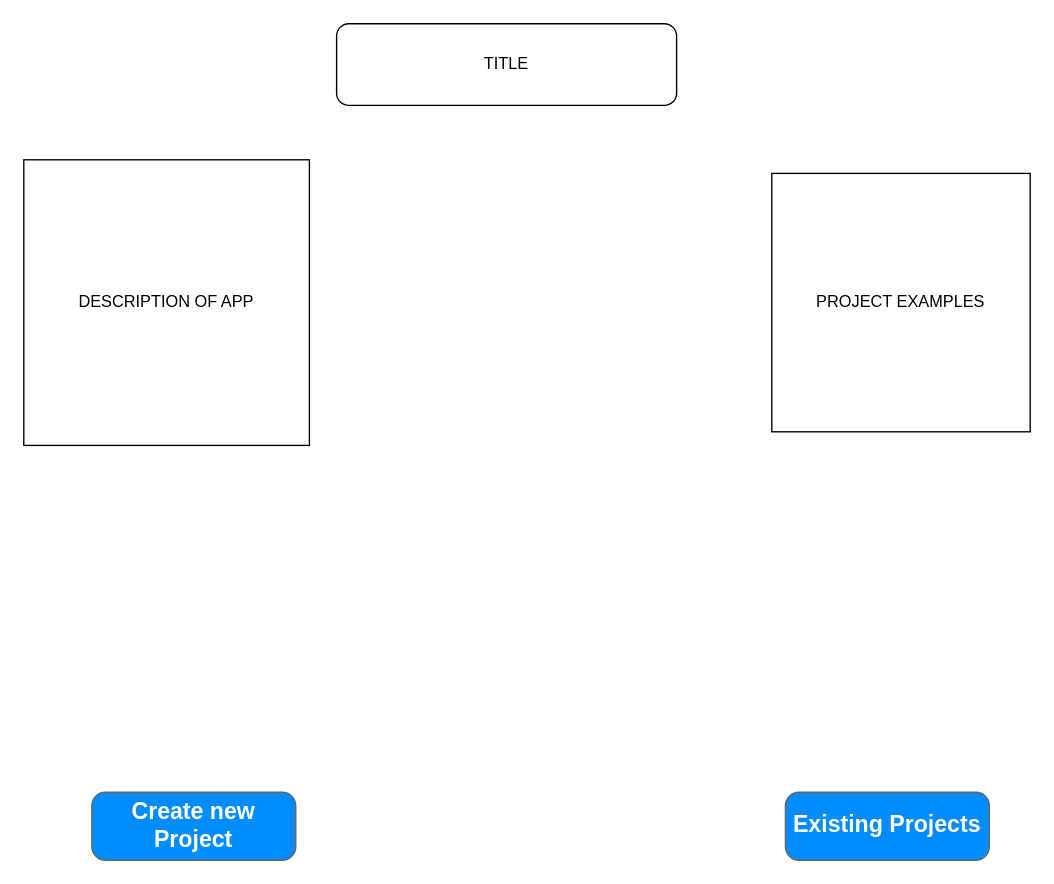
Before: page "LANDING/WELCOME PG" (1 of 6) of Untitled Diagram.drawio in wescbro12/Unit-2-Honey-Do, a draw.io diagram. Source tidied: cells renumbered, new cells numbered last; positions are measured from the earlier drawing's top-left corner, leaving out a move shared by most shapes. Both pictures are drawn from the tidied source at 136%, with x=0, y=0 at pixel (23, 23).
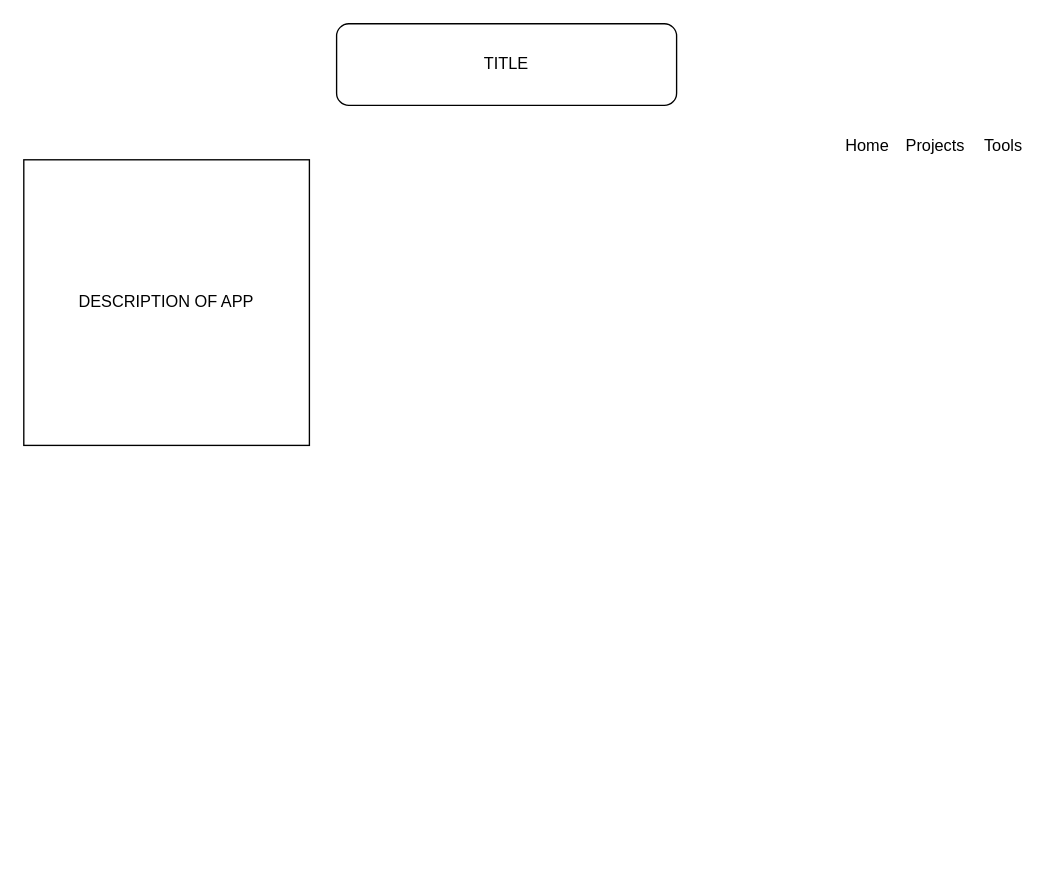
Above is the later version.

Diff of the diagram source:
```diff
@@
 <mxGraphModel>
   <root>
     <mxCell id="0" />
     <mxCell id="1" parent="0" />
     <mxCell id="2" value="TITLE" style="rounded=1;whiteSpace=wrap;html=1;" parent="1" vertex="1">
       <mxGeometry x="230" width="250" height="60" as="geometry" />
     </mxCell>
     <mxCell id="3" value="DESCRIPTION OF APP" style="whiteSpace=wrap;html=1;" parent="1" vertex="1">
       <mxGeometry y="100" width="210" height="210" as="geometry" />
     </mxCell>
-    <mxCell id="4" value="PROJECT EXAMPLES" style="whiteSpace=wrap;html=1;" parent="1" vertex="1">
-      <mxGeometry x="550" y="110" width="190" height="190" as="geometry" />
-    </mxCell>
-    <mxCell id="5" value="Existing Projects" style="strokeWidth=1;shadow=0;dashed=0;align=center;html=1;shape=mxgraph.mockup.buttons.button;strokeColor=#666666;fontColor=#ffffff;mainText=;buttonStyle=round;fontSize=17;fontStyle=1;fillColor=#008cff;whiteSpace=wrap;" parent="1" vertex="1">
-      <mxGeometry x="560" y="565" width="150" height="50" as="geometry" />
-    </mxCell>
-    <mxCell id="6" value="Create new Project" style="strokeWidth=1;shadow=0;dashed=0;align=center;html=1;shape=mxgraph.mockup.buttons.button;strokeColor=#666666;fontColor=#ffffff;mainText=;buttonStyle=round;fontSize=17;fontStyle=1;fillColor=#008cff;whiteSpace=wrap;" parent="1" vertex="1">
-      <mxGeometry x="50" y="565" width="150" height="50" as="geometry" />
-    </mxCell>
+    <mxCell id="7" value="Home" style="text;html=1;align=center;verticalAlign=middle;strokeColor=none;fillColor=none;" parent="1" vertex="1">
+      <mxGeometry x="595" y="80" width="50" height="20" as="geometry" />
+    </mxCell>
+    <mxCell id="8" value="Projects" style="text;html=1;align=center;verticalAlign=middle;strokeColor=none;fillColor=none;" parent="1" vertex="1">
+      <mxGeometry x="640" y="80" width="60" height="20" as="geometry" />
+    </mxCell>
+    <mxCell id="9" value="Tools" style="text;html=1;align=center;verticalAlign=middle;strokeColor=none;fillColor=none;" parent="1" vertex="1">
+      <mxGeometry x="700" y="80" width="40" height="20" as="geometry" />
+    </mxCell>
   </root>
 </mxGraphModel>
```
